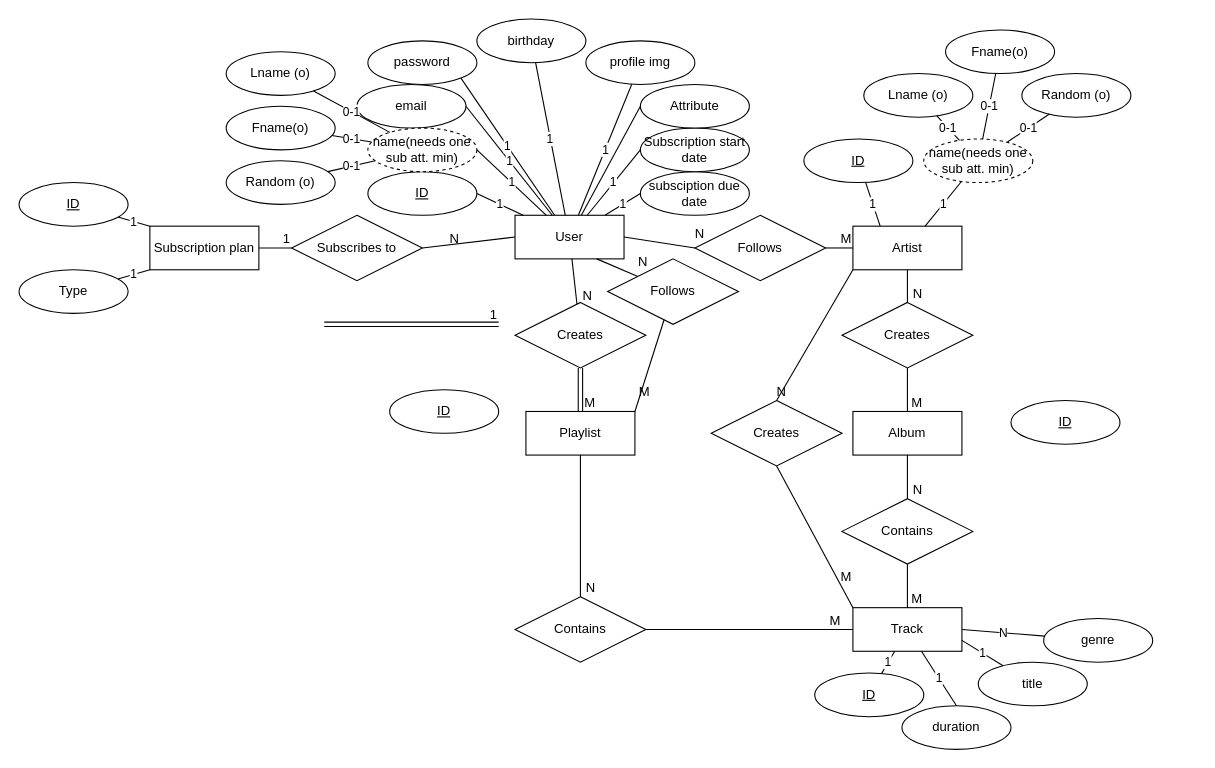
Earlier version of the draw.io diagram assingment1.drawio (M0rre/diagrams.net-charts). Source tidied: cells renumbered, new cells numbered last; positions are measured from the earlier drawing's top-left corner, leaving out a move shared by most shapes. Both pictures are drawn from the tidied source at 109%, with x=0, y=0 at pixel (19, 19).
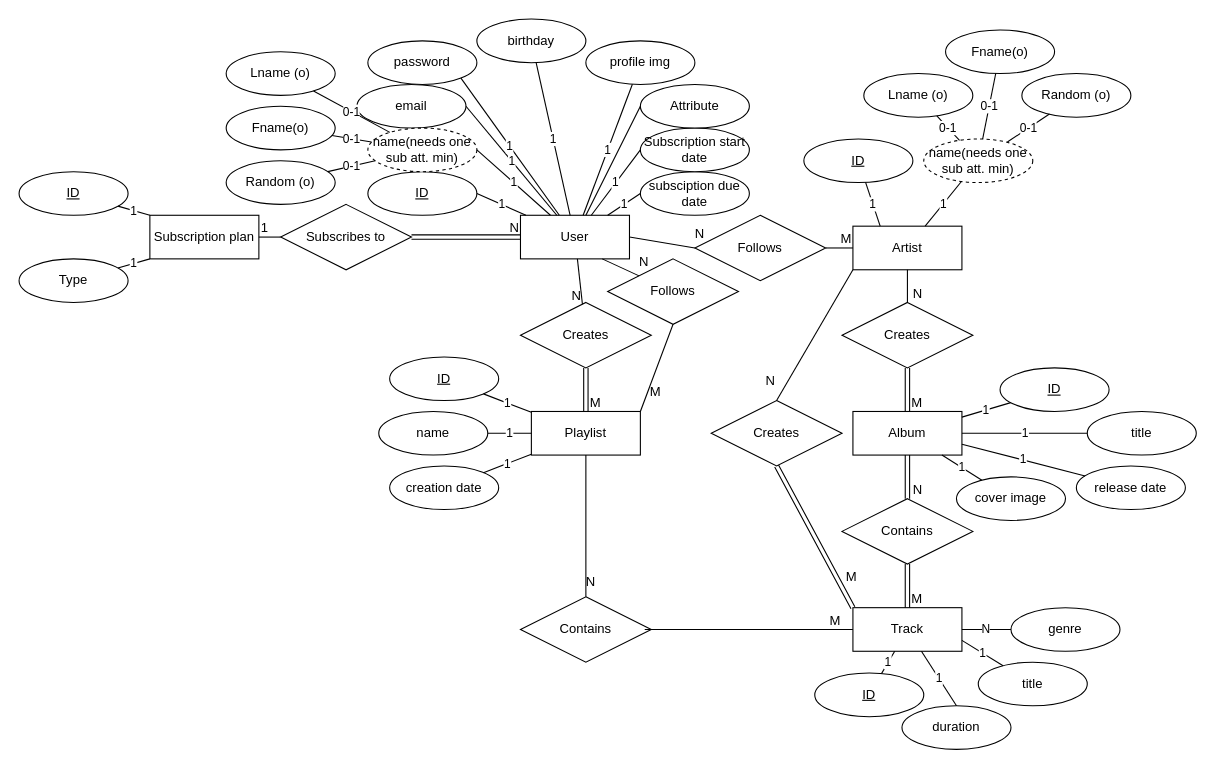
The same page after the edit.

The change refers to these unchanged cells:
```xml
<mxCell id="4" value="Artist" style="whiteSpace=wrap;html=1;align=center;" parent="1" vertex="1">
  <mxGeometry x="765" y="190" width="100" height="40" as="geometry" />
</mxCell>
<mxCell id="5" value="Album" style="whiteSpace=wrap;html=1;align=center;" parent="1" vertex="1">
  <mxGeometry x="765" y="360" width="100" height="40" as="geometry" />
</mxCell>
<mxCell id="6" value="Track" style="whiteSpace=wrap;html=1;align=center;" parent="1" vertex="1">
  <mxGeometry x="765" y="540" width="100" height="40" as="geometry" />
</mxCell>
<mxCell id="8" value="Creates" style="shape=rhombus;perimeter=rhombusPerimeter;whiteSpace=wrap;html=1;align=center;" parent="1" vertex="1">
  <mxGeometry x="635" y="350" width="120" height="60" as="geometry" />
</mxCell>
<mxCell id="9" value="Follows" style="shape=rhombus;perimeter=rhombusPerimeter;whiteSpace=wrap;html=1;align=center;" parent="1" vertex="1">
  <mxGeometry x="540" y="220" width="120" height="60" as="geometry" />
</mxCell>
<mxCell id="11" value="Creates" style="shape=rhombus;perimeter=rhombusPerimeter;whiteSpace=wrap;html=1;align=center;" parent="1" vertex="1">
  <mxGeometry x="755" y="260" width="120" height="60" as="geometry" />
</mxCell>
<mxCell id="14" value="Contains" style="shape=rhombus;perimeter=rhombusPerimeter;whiteSpace=wrap;html=1;align=center;" parent="1" vertex="1">
  <mxGeometry x="755" y="440" width="120" height="60" as="geometry" />
</mxCell>
```

Diff of the diagram source:
```diff
@@
     <mxCell id="2" value="User" style="whiteSpace=wrap;html=1;align=center;" parent="1" vertex="1">
-      <mxGeometry x="455" y="180" width="100" height="40" as="geometry" />
+      <mxGeometry x="460" y="180" width="100" height="40" as="geometry" />
     </mxCell>
     <mxCell id="3" value="Subscription plan" style="whiteSpace=wrap;html=1;align=center;" parent="1" vertex="1">
-      <mxGeometry x="120" y="190" width="100" height="40" as="geometry" />
+      <mxGeometry x="120" y="180" width="100" height="40" as="geometry" />
     </mxCell>
@@
     <mxCell id="7" value="Playlist" style="whiteSpace=wrap;html=1;align=center;" parent="1" vertex="1">
-      <mxGeometry x="465" y="360" width="100" height="40" as="geometry" />
+      <mxGeometry x="470" y="360" width="100" height="40" as="geometry" />
     </mxCell>
@@
     <mxCell id="12" value="Creates" style="shape=rhombus;perimeter=rhombusPerimeter;whiteSpace=wrap;html=1;align=center;" parent="1" vertex="1">
-      <mxGeometry x="455" y="260" width="120" height="60" as="geometry" />
+      <mxGeometry x="460" y="260" width="120" height="60" as="geometry" />
     </mxCell>
     <mxCell id="13" value="Subscribes to" style="shape=rhombus;perimeter=rhombusPerimeter;whiteSpace=wrap;html=1;align=center;" parent="1" vertex="1">
-      <mxGeometry x="250" y="180" width="120" height="60" as="geometry" />
+      <mxGeometry x="240" y="170" width="120" height="60" as="geometry" />
     </mxCell>
@@
     <mxCell id="15" value="Contains" style="shape=rhombus;perimeter=rhombusPerimeter;whiteSpace=wrap;html=1;align=center;" parent="1" vertex="1">
-      <mxGeometry x="455" y="530" width="120" height="60" as="geometry" />
+      <mxGeometry x="460" y="530" width="120" height="60" as="geometry" />
     </mxCell>
-    <mxCell id="16" style="endArrow=none;html=1;rounded=0;" parent="1" edge="1" source="4" target="11">
-      <mxGeometry relative="1" as="geometry" />
-    </mxCell>
-    <mxCell id="17" value="N" style="html=1;whiteSpace=wrap;align=right;verticalAlign=bottom;" parent="16" vertex="1">
-      <mxGeometry x="1" relative="1" as="geometry">
-        <mxPoint x="15" as="offset" />
-      </mxGeometry>
-    </mxCell>
@@
-    <mxCell id="22" style="endArrow=none;html=1;rounded=0;" parent="1" edge="1" source="11" target="5">
+    <mxCell id="22" style="endArrow=none;html=1;rounded=0;exitX=0.5;exitY=1;exitDx=0;exitDy=0;entryX=0.5;entryY=0;entryDx=0;entryDy=0;" parent="1" edge="1" source="4" target="11">
       <mxGeometry relative="1" as="geometry" />
     </mxCell>
-    <mxCell id="23" value="M" style="html=1;whiteSpace=wrap;align=right;verticalAlign=bottom;" parent="22" vertex="1">
+    <mxCell id="23" value="N" style="html=1;whiteSpace=wrap;align=right;verticalAlign=bottom;" parent="22" vertex="1">
       <mxGeometry x="1" relative="1" as="geometry">
         <mxPoint x="15" as="offset" />
       </mxGeometry>
     </mxCell>
-    <mxCell id="24" style="endArrow=none;html=1;rounded=0;" parent="1" edge="1" source="5" target="14">
-      <mxGeometry relative="1" as="geometry" />
-    </mxCell>
-    <mxCell id="25" value="N" style="html=1;whiteSpace=wrap;align=right;verticalAlign=bottom;" parent="24" vertex="1">
-      <mxGeometry x="1" relative="1" as="geometry">
-        <mxPoint x="15" as="offset" />
-      </mxGeometry>
-    </mxCell>
-    <mxCell id="26" style="endArrow=none;html=1;rounded=0;" parent="1" edge="1" source="14" target="6">
-      <mxGeometry relative="1" as="geometry" />
-    </mxCell>
-    <mxCell id="27" value="M" style="html=1;whiteSpace=wrap;align=right;verticalAlign=bottom;" parent="26" vertex="1">
-      <mxGeometry x="1" relative="1" as="geometry">
-        <mxPoint x="15" as="offset" />
-      </mxGeometry>
-    </mxCell>
-    <mxCell id="28" style="endArrow=none;html=1;rounded=0;" parent="1" edge="1" source="2" target="12">
-      <mxGeometry relative="1" as="geometry" />
-    </mxCell>
-    <mxCell id="29" value="N" style="html=1;whiteSpace=wrap;align=right;verticalAlign=bottom;" parent="28" vertex="1">
-      <mxGeometry x="1" relative="1" as="geometry">
-        <mxPoint x="15" as="offset" />
-      </mxGeometry>
-    </mxCell>
-    <mxCell id="30" style="shape=link;html=1;rounded=0;" parent="1" edge="1" source="12" target="7">
-      <mxGeometry relative="1" as="geometry" />
-    </mxCell>
-    <mxCell id="31" value="M" style="html=1;whiteSpace=wrap;align=right;verticalAlign=bottom;" parent="30" vertex="1">
-      <mxGeometry x="1" relative="1" as="geometry">
-        <mxPoint x="15" as="offset" />
-      </mxGeometry>
-    </mxCell>
-    <mxCell id="32" style="endArrow=none;html=1;rounded=0;entryX=0.5;entryY=0;entryDx=0;entryDy=0;" parent="1" edge="1" source="7" target="15">
-      <mxGeometry relative="1" as="geometry" />
-    </mxCell>
-    <mxCell id="33" value="N" style="html=1;whiteSpace=wrap;align=right;verticalAlign=bottom;" parent="32" vertex="1">
-      <mxGeometry x="1" relative="1" as="geometry">
-        <mxPoint x="15" as="offset" />
-      </mxGeometry>
-    </mxCell>
-    <mxCell id="34" style="endArrow=none;html=1;rounded=0;exitX=1;exitY=0.5;exitDx=0;exitDy=0;" parent="1" edge="1" source="15" target="6">
-      <mxGeometry relative="1" as="geometry" />
-    </mxCell>
-    <mxCell id="35" value="M" style="html=1;whiteSpace=wrap;align=right;verticalAlign=bottom;" parent="34" vertex="1">
-      <mxGeometry x="1" relative="1" as="geometry">
-        <mxPoint x="-10" as="offset" />
-      </mxGeometry>
-    </mxCell>
-    <mxCell id="36" style="endArrow=none;html=1;rounded=0;exitX=0;exitY=0.5;exitDx=0;exitDy=0;entryX=1;entryY=0.5;entryDx=0;entryDy=0;" parent="1" edge="1" source="2" target="13">
-      <mxGeometry relative="1" as="geometry" />
-    </mxCell>
-    <mxCell id="37" value="N" style="html=1;whiteSpace=wrap;align=right;verticalAlign=bottom;" parent="36" vertex="1">
-      <mxGeometry x="1" relative="1" as="geometry">
-        <mxPoint x="35" as="offset" />
-      </mxGeometry>
-    </mxCell>
-    <mxCell id="38" style="endArrow=none;html=1;rounded=0;exitX=1;exitY=0.5;exitDx=0;exitDy=0;entryX=0;entryY=0.5;entryDx=0;entryDy=0;" parent="1" edge="1" source="3" target="13">
-      <mxGeometry relative="1" as="geometry" />
-    </mxCell>
-    <mxCell id="39" value="1" style="html=1;whiteSpace=wrap;align=right;verticalAlign=bottom;" parent="38" vertex="1">
-      <mxGeometry x="1" relative="1" as="geometry" />
-    </mxCell>
@@
-    <mxCell id="42" style="endArrow=none;html=1;rounded=0;entryX=1;entryY=0;entryDx=0;entryDy=0;" parent="1" edge="1" source="9" target="7">
+    <mxCell id="42" style="endArrow=none;html=1;rounded=0;entryX=1;entryY=0;entryDx=0;entryDy=0;exitX=0.5;exitY=1;exitDx=0;exitDy=0;" parent="1" edge="1" source="9" target="7">
       <mxGeometry relative="1" as="geometry" />
     </mxCell>
     <mxCell id="43" value="M" style="html=1;whiteSpace=wrap;align=right;verticalAlign=bottom;" parent="42" vertex="1">
       <mxGeometry x="1" relative="1" as="geometry">
-        <mxPoint x="15" y="-10" as="offset" />
+        <mxPoint x="20" y="-10" as="offset" />
       </mxGeometry>
     </mxCell>
-    <mxCell id="44" style="endArrow=none;html=1;rounded=0;exitX=0;exitY=1;exitDx=0;exitDy=0;entryX=0.5;entryY=0;entryDx=0;entryDy=0;" parent="1" edge="1" source="4" target="8">
-      <mxGeometry relative="1" as="geometry" />
-    </mxCell>
-    <mxCell id="45" value="N" style="html=1;whiteSpace=wrap;align=right;verticalAlign=bottom;" parent="44" vertex="1">
-      <mxGeometry x="1" relative="1" as="geometry">
-        <mxPoint x="10" as="offset" />
-      </mxGeometry>
-    </mxCell>
-    <mxCell id="46" style="endArrow=none;html=1;rounded=0;exitX=0.5;exitY=1;exitDx=0;exitDy=0;entryX=0;entryY=0;entryDx=0;entryDy=0;" parent="1" edge="1" source="8" target="6">
+    <mxCell id="46" style="endArrow=none;html=1;rounded=0;exitX=0;exitY=1;exitDx=0;exitDy=0;entryX=0.5;entryY=0;entryDx=0;entryDy=0;" parent="1" edge="1" source="4" target="8">
       <mxGeometry relative="1" as="geometry" />
     </mxCell>
-    <mxCell id="47" value="M" style="html=1;whiteSpace=wrap;align=right;verticalAlign=bottom;" parent="46" vertex="1">
-      <mxGeometry x="1" relative="1" as="geometry">
-        <mxPoint y="-20" as="offset" />
-      </mxGeometry>
-    </mxCell>
     <mxCell id="48" value="ID" style="ellipse;whiteSpace=wrap;html=1;align=center;fontStyle=4;" parent="1" vertex="1">
-      <mxGeometry x="910" y="350" width="100" height="40" as="geometry" />
+      <mxGeometry x="900" y="320" width="100" height="40" as="geometry" />
     </mxCell>
@@
     <mxCell id="50" value="ID" style="ellipse;whiteSpace=wrap;html=1;align=center;fontStyle=4;" parent="1" vertex="1">
-      <mxGeometry x="340" y="340" width="100" height="40" as="geometry" />
+      <mxGeometry x="340" y="310" width="100" height="40" as="geometry" />
     </mxCell>
@@
     <mxCell id="52" value="ID" style="ellipse;whiteSpace=wrap;html=1;align=center;fontStyle=4;" parent="1" vertex="1">
-      <mxGeometry y="150" width="100" height="40" as="geometry" />
+      <mxGeometry y="140" width="100" height="40" as="geometry" />
     </mxCell>
@@
     <mxCell id="54" value="Type" style="ellipse;whiteSpace=wrap;html=1;align=center;" parent="1" vertex="1">
-      <mxGeometry y="230" width="100" height="40" as="geometry" />
+      <mxGeometry y="220" width="100" height="40" as="geometry" />
     </mxCell>
@@
-    <mxCell id="89" style="shape=link;html=1;rounded=0;" parent="1" edge="1">
-      <mxGeometry relative="1" as="geometry">
-        <mxPoint x="280" y="280" as="sourcePoint" />
-        <mxPoint x="440" y="280" as="targetPoint" />
-      </mxGeometry>
-    </mxCell>
-    <mxCell id="90" value="1" style="html=1;whiteSpace=wrap;align=right;verticalAlign=bottom;" parent="89" vertex="1">
-      <mxGeometry x="1" relative="1" as="geometry" />
-    </mxCell>
@@
     <mxCell id="96" value="genre" style="ellipse;whiteSpace=wrap;html=1;align=center;" parent="1" vertex="1">
-      <mxGeometry x="940" y="550" width="100" height="40" as="geometry" />
+      <mxGeometry x="910" y="540" width="100" height="40" as="geometry" />
     </mxCell>
@@
+    <mxCell id="98" value="1" style="endArrow=none;html=1;rounded=0;" parent="1" edge="1" source="5" target="48">
+      <mxGeometry relative="1" as="geometry" />
+    </mxCell>
+    <mxCell id="99" value="title" style="ellipse;whiteSpace=wrap;html=1;align=center;" parent="1" vertex="1">
+      <mxGeometry x="980" y="360" width="100" height="40" as="geometry" />
+    </mxCell>
+    <mxCell id="100" value="1" style="endArrow=none;html=1;rounded=0;" parent="1" edge="1" source="5" target="99">
+      <mxGeometry relative="1" as="geometry" />
+    </mxCell>
+    <mxCell id="101" value="release date" style="ellipse;whiteSpace=wrap;html=1;align=center;" parent="1" vertex="1">
+      <mxGeometry x="970" y="410" width="100" height="40" as="geometry" />
+    </mxCell>
+    <mxCell id="102" value="cover image" style="ellipse;whiteSpace=wrap;html=1;align=center;" parent="1" vertex="1">
+      <mxGeometry x="860" y="420" width="100" height="40" as="geometry" />
+    </mxCell>
+    <mxCell id="103" value="1" style="endArrow=none;html=1;rounded=0;exitX=1;exitY=0.75;exitDx=0;exitDy=0;" parent="1" edge="1" source="5" target="101">
+      <mxGeometry relative="1" as="geometry" />
+    </mxCell>
+    <mxCell id="104" value="1" style="endArrow=none;html=1;rounded=0;" parent="1" edge="1" source="102" target="5">
+      <mxGeometry relative="1" as="geometry" />
+    </mxCell>
+    <mxCell id="105" value="name" style="ellipse;whiteSpace=wrap;html=1;align=center;" parent="1" vertex="1">
+      <mxGeometry x="330" y="360" width="100" height="40" as="geometry" />
+    </mxCell>
+    <mxCell id="106" value="1" style="endArrow=none;html=1;rounded=0;" parent="1" edge="1" source="7" target="50">
+      <mxGeometry relative="1" as="geometry" />
+    </mxCell>
+    <mxCell id="107" value="1" style="endArrow=none;html=1;rounded=0;" parent="1" edge="1" source="7" target="105">
+      <mxGeometry relative="1" as="geometry" />
+    </mxCell>
+    <mxCell id="108" value="creation date" style="ellipse;whiteSpace=wrap;html=1;align=center;" parent="1" vertex="1">
+      <mxGeometry x="340" y="410" width="100" height="40" as="geometry" />
+    </mxCell>
+    <mxCell id="109" value="1" style="endArrow=none;html=1;rounded=0;" parent="1" edge="1" source="7" target="108">
+      <mxGeometry relative="1" as="geometry" />
+    </mxCell>
+    <mxCell id="110" style="shape=link;html=1;rounded=0;exitX=0.5;exitY=1;exitDx=0;exitDy=0;entryX=0;entryY=0;entryDx=0;entryDy=0;" parent="1" edge="1" source="8" target="6">
+      <mxGeometry relative="1" as="geometry" />
+    </mxCell>
+    <mxCell id="111" value="N" style="html=1;whiteSpace=wrap;align=right;verticalAlign=bottom;" parent="110" vertex="1">
+      <mxGeometry x="1" relative="1" as="geometry">
+        <mxPoint x="-70" y="-200" as="offset" />
+      </mxGeometry>
+    </mxCell>
+    <mxCell id="112" style="shape=link;html=1;rounded=0;entryX=0.5;entryY=0;entryDx=0;entryDy=0;exitX=0.5;exitY=1;exitDx=0;exitDy=0;" parent="1" edge="1" source="11" target="5">
+      <mxGeometry relative="1" as="geometry" />
+    </mxCell>
+    <mxCell id="113" value="M" style="html=1;whiteSpace=wrap;align=right;verticalAlign=bottom;" parent="112" vertex="1">
+      <mxGeometry x="1" relative="1" as="geometry">
+        <mxPoint x="15" as="offset" />
+      </mxGeometry>
+    </mxCell>
+    <mxCell id="24" style="shape=link;html=1;rounded=0;entryX=0.5;entryY=0;entryDx=0;entryDy=0;exitX=0.5;exitY=1;exitDx=0;exitDy=0;" parent="1" edge="1" source="5" target="14">
+      <mxGeometry relative="1" as="geometry" />
+    </mxCell>
+    <mxCell id="114" value="N" style="html=1;whiteSpace=wrap;align=right;verticalAlign=bottom;" parent="24" vertex="1">
+      <mxGeometry x="1" relative="1" as="geometry">
+        <mxPoint x="15" as="offset" />
+      </mxGeometry>
+    </mxCell>
+    <mxCell id="34" style="endArrow=none;html=1;rounded=0;exitX=0.95;exitY=0.5;exitDx=0;exitDy=0;entryX=0;entryY=0.5;entryDx=0;entryDy=0;exitPerimeter=0;" parent="1" edge="1" source="15" target="6">
+      <mxGeometry relative="1" as="geometry" />
+    </mxCell>
+    <mxCell id="115" value="M" style="html=1;whiteSpace=wrap;align=right;verticalAlign=bottom;" parent="34" vertex="1">
+      <mxGeometry x="1" relative="1" as="geometry">
+        <mxPoint x="5" y="-40" as="offset" />
+      </mxGeometry>
+    </mxCell>
+    <mxCell id="32" style="endArrow=none;html=1;rounded=0;exitX=0.5;exitY=1;exitDx=0;exitDy=0;entryX=0.5;entryY=0;entryDx=0;entryDy=0;" parent="1" edge="1" source="7" target="15">
+      <mxGeometry relative="1" as="geometry" />
+    </mxCell>
+    <mxCell id="116" value="N" style="html=1;whiteSpace=wrap;align=right;verticalAlign=bottom;" parent="32" vertex="1">
+      <mxGeometry x="1" relative="1" as="geometry">
+        <mxPoint x="10" y="-5" as="offset" />
+      </mxGeometry>
+    </mxCell>
+    <mxCell id="26" style="shape=link;html=1;rounded=0;entryX=0.5;entryY=0;entryDx=0;entryDy=0;exitX=0.5;exitY=1;exitDx=0;exitDy=0;" parent="1" edge="1" source="14" target="6">
+      <mxGeometry relative="1" as="geometry" />
+    </mxCell>
+    <mxCell id="117" value="M" style="html=1;whiteSpace=wrap;align=right;verticalAlign=bottom;" parent="26" vertex="1">
+      <mxGeometry x="1" relative="1" as="geometry">
+        <mxPoint x="15" as="offset" />
+      </mxGeometry>
+    </mxCell>
+    <mxCell id="118" style="endArrow=none;html=1;rounded=0;exitX=0;exitY=0.5;exitDx=0;exitDy=0;entryX=1;entryY=0.5;entryDx=0;entryDy=0;" parent="1" edge="1" source="13" target="3">
+      <mxGeometry relative="1" as="geometry" />
+    </mxCell>
+    <mxCell id="119" value="1" style="html=1;whiteSpace=wrap;align=right;verticalAlign=bottom;" parent="118" vertex="1">
+      <mxGeometry x="1" relative="1" as="geometry">
+        <mxPoint x="10" as="offset" />
+      </mxGeometry>
+    </mxCell>
+    <mxCell id="120" style="shape=link;html=1;rounded=0;exitX=1;exitY=0.5;exitDx=0;exitDy=0;entryX=0;entryY=0.5;entryDx=0;entryDy=0;" parent="1" edge="1" source="13" target="2">
+      <mxGeometry relative="1" as="geometry" />
+    </mxCell>
+    <mxCell id="121" value="N" style="html=1;whiteSpace=wrap;align=right;verticalAlign=bottom;" parent="120" vertex="1">
+      <mxGeometry x="1" relative="1" as="geometry" />
+    </mxCell>
+    <mxCell id="28" style="endArrow=none;html=1;rounded=0;" parent="1" edge="1" source="2" target="12">
+      <mxGeometry relative="1" as="geometry" />
+    </mxCell>
+    <mxCell id="122" value="N" style="html=1;whiteSpace=wrap;align=right;verticalAlign=bottom;" parent="28" vertex="1">
+      <mxGeometry x="1" relative="1" as="geometry" />
+    </mxCell>
+    <mxCell id="30" style="shape=link;html=1;rounded=0;entryX=0.5;entryY=0;entryDx=0;entryDy=0;exitX=0.5;exitY=1;exitDx=0;exitDy=0;" parent="1" edge="1" source="12" target="7">
+      <mxGeometry relative="1" as="geometry" />
+    </mxCell>
+    <mxCell id="123" value="M" style="html=1;whiteSpace=wrap;align=right;verticalAlign=bottom;" parent="30" vertex="1">
+      <mxGeometry x="1" relative="1" as="geometry">
+        <mxPoint x="15" as="offset" />
+      </mxGeometry>
+    </mxCell>
+    <mxCell id="124" value="M" style="html=1;whiteSpace=wrap;align=right;verticalAlign=bottom;" parent="1" vertex="1">
+      <mxGeometry x="755" y="560" as="geometry" />
+    </mxCell>
```
